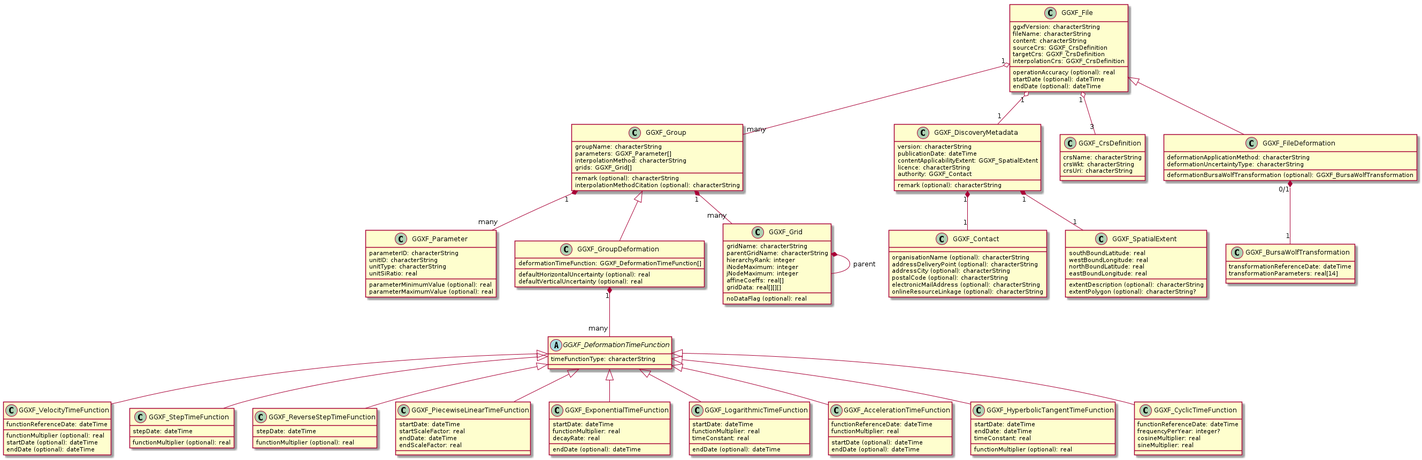
opengeospatial/CRS-Deformation-Models keeps this PlantUML diagram as uml_model/ggxf_deformation_model.png. Above is the earlier version.
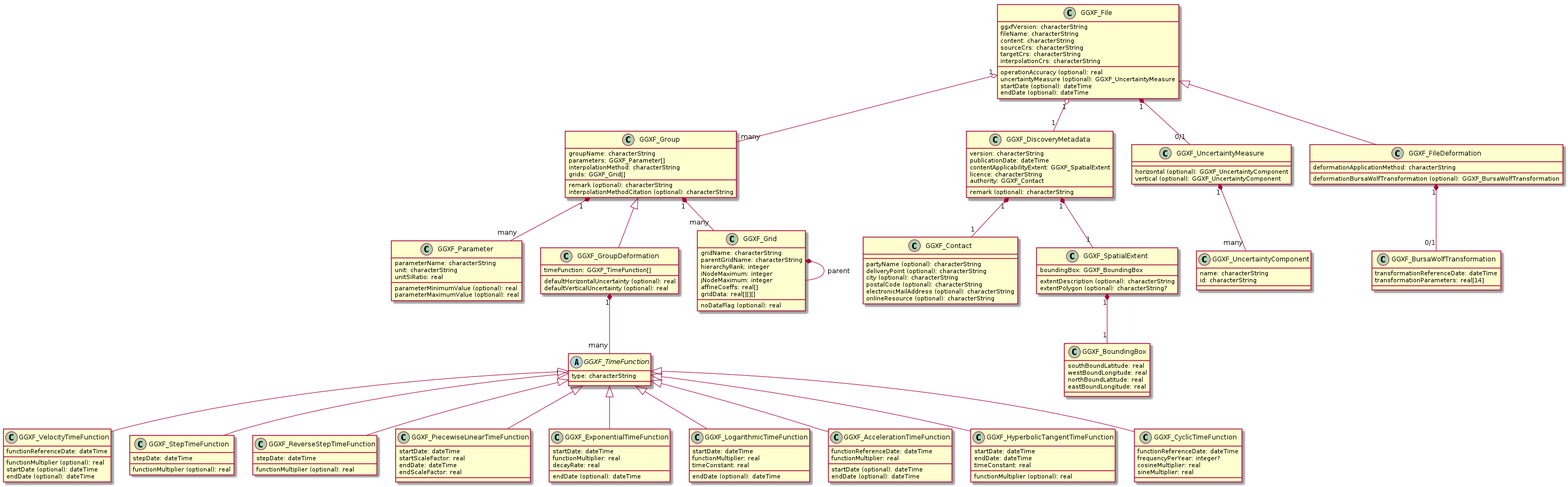
After the commit.

Commit message:
Updating example deformation model to align with V0.7 GGXF document

What changed in the source:
```diff
@@ -5,33 +5,33 @@
     ggxfVersion: characterString
     fileName: characterString
     content: characterString
-    sourceCrs: GGXF_CrsDefinition
-    targetCrs: GGXF_CrsDefinition
-    interpolationCrs: GGXF_CrsDefinition
+    sourceCrs: characterString
+    targetCrs: characterString
+    interpolationCrs: characterString
     operationAccuracy (optional): real
+    uncertaintyMeasure (optional): GGXF_UncertaintyMeasure
     startDate (optional): dateTime
     endDate (optional): dateTime
 
 }
 GGXF_File "1" o-- "many" GGXF_Group
 GGXF_File "1" o-- "1" GGXF_DiscoveryMetadata
-GGXF_File "1" o-- "3" GGXF_CrsDefinition
+GGXF_File "1" *-- "0/1" GGXF_UncertaintyMeasure
 
 
 class GGXF_FileDeformation
 {
     deformationApplicationMethod: characterString
-    deformationUncertaintyType: characterString
     deformationBursaWolfTransformation (optional): GGXF_BursaWolfTransformation
 }
 GGXF_File <|-- GGXF_FileDeformation
+GGXF_FileDeformation "1" *-- "0/1" GGXF_BursaWolfTransformation
 
 class GGXF_BursaWolfTransformation
 {
     transformationReferenceDate: dateTime
     transformationParameters: real[14]
 }
-GGXF_FileDeformation "0/1" *-- "1" GGXF_BursaWolfTransformation
 
 class GGXF_DiscoveryMetadata
 {
@@ -46,19 +46,25 @@
 
 class GGXF_Contact
 {
-    organisationName (optional): characterString
-    addressDeliveryPoint (optional): characterString
-    addressCity (optional): characterString
+    partyName (optional): characterString
+    deliveryPoint (optional): characterString
+    city (optional): characterString
     postalCode (optional): characterString
     electronicMailAddress (optional): characterString
-    onlineResourceLinkage (optional): characterString
+    onlineResource (optional): characterString
 }
 
-class GGXF_CrsDefinition
+class GGXF_UncertaintyMeasure
 {
-    crsName: characterString
-    crsWkt: characterString
-    crsUri: characterString
+    horizontal (optional): GGXF_UncertaintyComponent
+    vertical (optional): GGXF_UncertaintyComponent
+}
+GGXF_UncertaintyMeasure "1" *--  "many" GGXF_UncertaintyComponent
+
+class GGXF_UncertaintyComponent
+{
+    name: characterString
+    id: characterString
 }
 
 class GGXF_Group
@@ -73,9 +79,8 @@
 
 class GGXF_Parameter
 {
-    parameterID: characterString
-    unitID: characterString
-    unitType: characterString
+    parameterName: characterString
+    unit: characterString
     unitSiRatio: real
     parameterMinimumValue (optional): real
     parameterMaximumValue (optional): real
@@ -86,7 +91,7 @@
 {
     defaultHorizontalUncertainty (optional): real
     defaultVerticalUncertainty (optional): real
-    deformationTimeFunction: GGXF_DeformationTimeFunction[]
+    timeFunction: GGXF_TimeFunction[]
 }
 
 GGXF_Group <|-- GGXF_GroupDeformation
@@ -107,20 +112,26 @@
 
 class GGXF_SpatialExtent
 {
+    extentDescription (optional): characterString
+    boundingBox: GGXF_BoundingBox
+    extentPolygon (optional): characterString?
+}
+GGXF_DiscoveryMetadata "1" *-- "1" GGXF_SpatialExtent
+
+class GGXF_BoundingBox
+{
     southBoundLatitude: real
     westBoundLongitude: real
     northBoundLatitude: real
     eastBoundLongitude: real
-    extentDescription (optional): characterString
-    extentPolygon (optional): characterString?
 }
-GGXF_DiscoveryMetadata "1" *-- "1" GGXF_SpatialExtent
+GGXF_SpatialExtent "1" *-- "1" GGXF_BoundingBox
 
-abstract class GGXF_DeformationTimeFunction
+abstract class GGXF_TimeFunction
 {
-    timeFunctionType: characterString
+    type: characterString
 }
-GGXF_GroupDeformation "1" *-- "many" GGXF_DeformationTimeFunction
+GGXF_GroupDeformation "1" *-- "many" GGXF_TimeFunction
 
 class GGXF_VelocityTimeFunction
 {
@@ -129,21 +140,21 @@
     startDate (optional): dateTime
     endDate (optional): dateTime
 }
-GGXF_DeformationTimeFunction <|-- GGXF_VelocityTimeFunction
+GGXF_TimeFunction <|-- GGXF_VelocityTimeFunction
 
 class GGXF_StepTimeFunction
 {
     stepDate: dateTime
     functionMultiplier (optional): real
 }
-GGXF_DeformationTimeFunction <|-- GGXF_StepTimeFunction
+GGXF_TimeFunction <|-- GGXF_StepTimeFunction
 
 class GGXF_ReverseStepTimeFunction
 {
     stepDate: dateTime
     functionMultiplier (optional): real
 }
-GGXF_DeformationTimeFunction <|-- GGXF_ReverseStepTimeFunction
+GGXF_TimeFunction <|-- GGXF_ReverseStepTimeFunction
 
 
 class GGXF_PiecewiseLinearTimeFunction
@@ -153,7 +164,7 @@
     endDate: dateTime
     endScaleFactor: real
 }
-GGXF_DeformationTimeFunction <|-- GGXF_PiecewiseLinearTimeFunction
+GGXF_TimeFunction <|-- GGXF_PiecewiseLinearTimeFunction
 
 class GGXF_ExponentialTimeFunction
 {
@@ -162,7 +173,7 @@
     decayRate: real
     endDate (optional): dateTime
 }
-GGXF_DeformationTimeFunction <|-- GGXF_ExponentialTimeFunction
+GGXF_TimeFunction <|-- GGXF_ExponentialTimeFunction
 
 class GGXF_LogarithmicTimeFunction
 {
@@ -171,7 +182,7 @@
     timeConstant: real
     endDate (optional): dateTime
 }
-GGXF_DeformationTimeFunction <|-- GGXF_LogarithmicTimeFunction
+GGXF_TimeFunction <|-- GGXF_LogarithmicTimeFunction
 
 class GGXF_AccelerationTimeFunction
 {
@@ -181,7 +192,7 @@
     endDate (optional): dateTime
 }
 
-GGXF_DeformationTimeFunction <|-- GGXF_AccelerationTimeFunction
+GGXF_TimeFunction <|-- GGXF_AccelerationTimeFunction
 
 class GGXF_HyperbolicTangentTimeFunction
 {
@@ -191,7 +202,7 @@
     timeConstant: real
 }
 
-GGXF_DeformationTimeFunction <|-- GGXF_HyperbolicTangentTimeFunction
+GGXF_TimeFunction <|-- GGXF_HyperbolicTangentTimeFunction
 
 class GGXF_CyclicTimeFunction
 {
@@ -200,7 +211,7 @@
     cosineMultiplier: real
     sineMultiplier: real
 }
-GGXF_DeformationTimeFunction <|-- GGXF_CyclicTimeFunction
+GGXF_TimeFunction <|-- GGXF_CyclicTimeFunction
 
 
 @enduml
```
